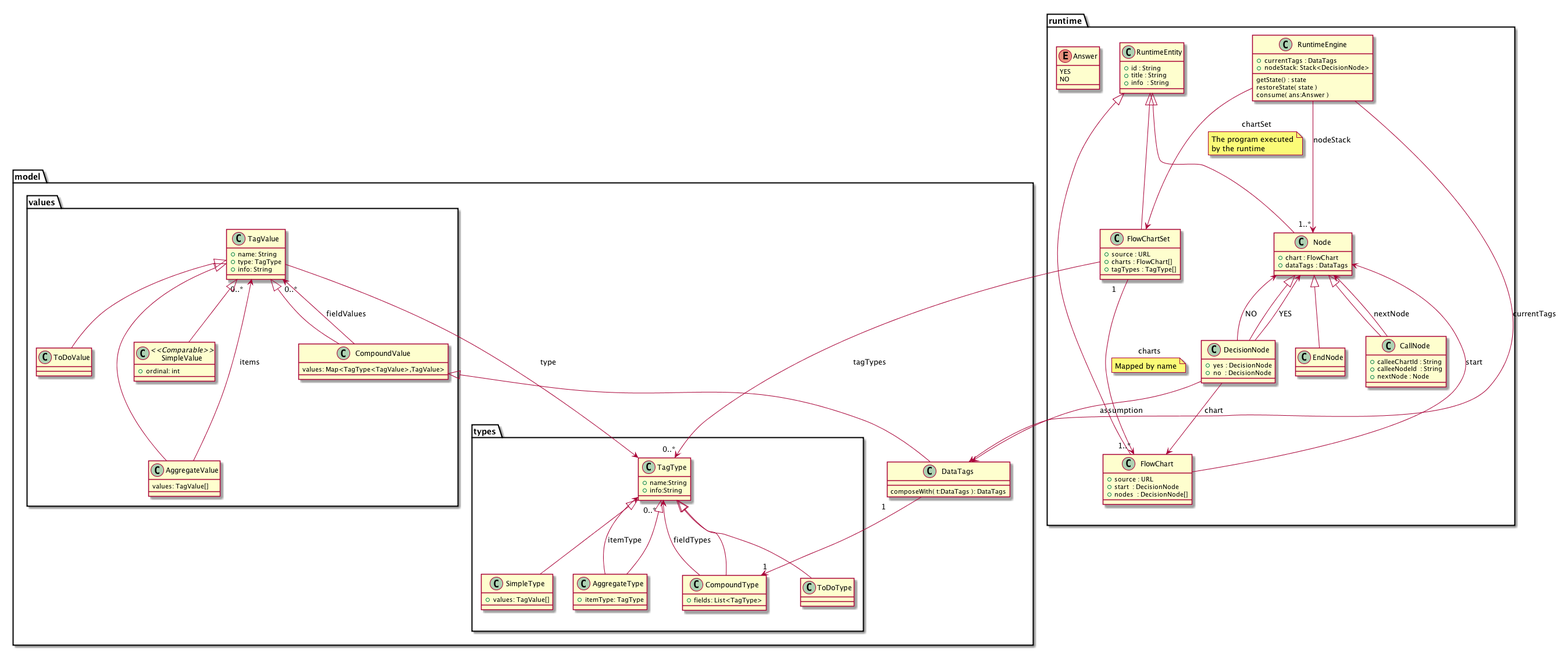
Earlier version of the PlantUML export DataTagsLib/DOCS/classes.png (IQSS/DataTaggingLibrary).
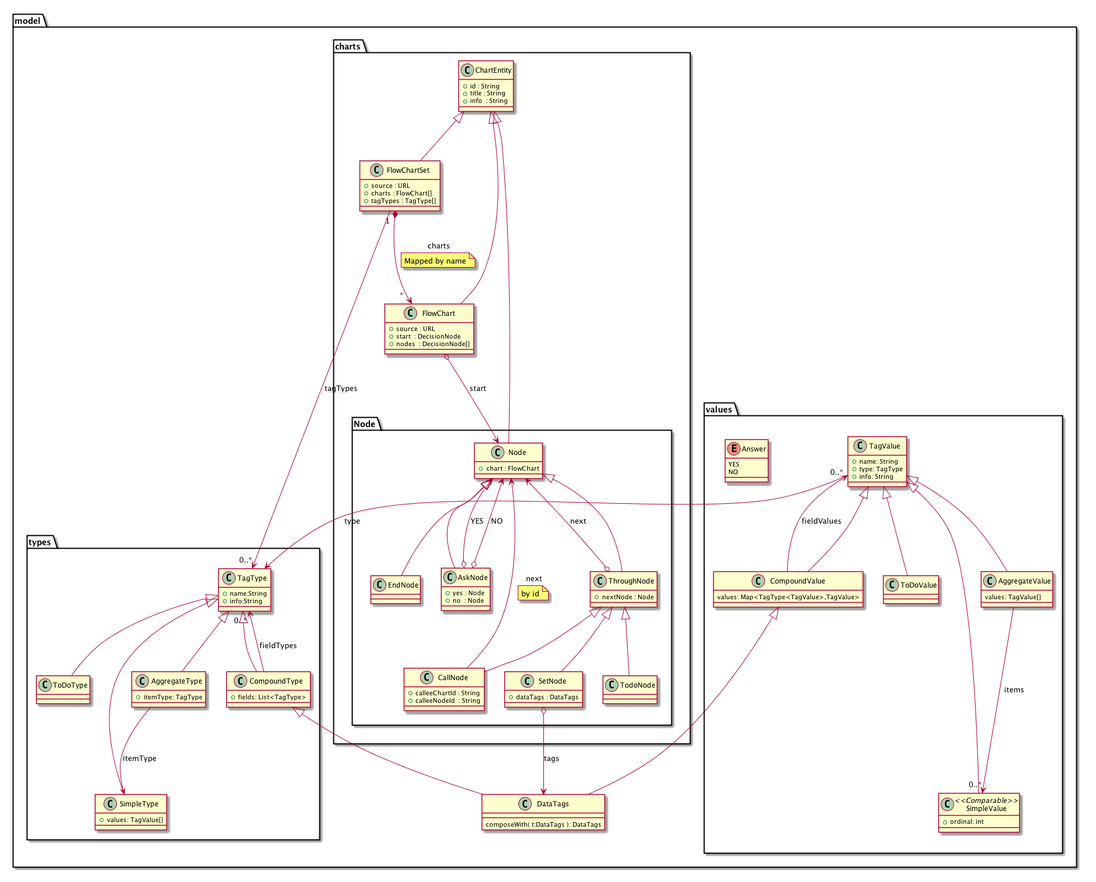
After the commit.

Diff of the diagram source:
```diff
@@ -49,74 +49,72 @@
 		class CompoundValue {
 			values: Map<TagType<TagValue>,TagValue>
 		}
+
+		enum Answer {
+			YES
+			NO
+		}
+	}
+
+	package charts {
+
+		class ChartEntity {
+			+ id : String
+			+ title : String
+			+ info  : String
+		}
+
+		class FlowChartSet {
+			+ source : URL
+			+ charts : FlowChart[]
+			+ tagTypes : TagType[]
+		}
+
+		class FlowChart {
+			+ source : URL
+			+ start  : DecisionNode
+			+ nodes  : DecisionNode[]
+		}
+
+		package Node {
+			class Node {
+				+ chart : FlowChart
+			}
+
+			class AskNode {
+				+ yes : Node
+				+ no  : Node
+			}
+			class ThroughNode {
+				+ nextNode : Node
+			}
+
+			class TodoNode
+
+			class SetNode {
+				+ dataTags : DataTags
+			}
+
+			class CallNode {
+				+ calleeChartId : String
+				+ calleeNodeId  : String
+			}
+
+			class EndNode
+		}
+
 	}
 }
 
-package runtime {
-	class RuntimeEngine {
-		+ currentTags : DataTags
-		+ nodeStack: Stack<DecisionNode>
-		getState() : state
-		restoreState( state )
-		consume( ans:Answer )
-	}
-
-	class RuntimeEntity {
-		+ id : String
-		+ title : String
-		+ info  : String
-	}
-
-	class FlowChartSet {
-		+ source : URL
-		+ charts : FlowChart[]
-		+ tagTypes : TagType[]
-	}
-
-	class FlowChart {
-		+ source : URL
-		+ start  : DecisionNode
-		+ nodes  : DecisionNode[]
-	}
-
-	class Node {
-		+ chart : FlowChart
-		+ dataTags : DataTags
-	}
-
-	class DecisionNode {
-		+ yes : DecisionNode
-		+ no  : DecisionNode
-	}
-
-	class CallNode {
-		+ calleeChartId : String
-		+ calleeNodeId  : String
-		+ nextNode : Node
-	}
-
-	class EndNode
-
-	enum Answer {
-		YES
-		NO
-	}
-}
-
-RuntimeEngine --> DataTags : currentTags
-RuntimeEngine --> "1..*" Node : nodeStack
-
-RuntimeEngine --> FlowChartSet : chartSet
-note on link
-	The program executed
-	by the runtime
-end note
-RuntimeEntity <|-- Node
-RuntimeEntity <|-- FlowChart
-RuntimeEntity <|-- FlowChartSet
-Node <|-- DecisionNode
-Node <|-- CallNode
+ChartEntity <|-- Node
+ChartEntity <|-- FlowChart
+ChartEntity <|-- FlowChartSet
+Node <|-- AskNode
+Node <|-- ThroughNode
 Node <|-- EndNode
+ThroughNode <|-- CallNode
+ThroughNode <|-- TodoNode
+ThroughNode <|-- SetNode
 TagType <|-- ToDoType
 TagType <|-- SimpleType
 TagType <|-- AggregateType
@@ -129,22 +127,25 @@
 
 CompoundValue <|-- DataTags
 
-FlowChartSet "1" --> "1..*" FlowChart : charts
+FlowChartSet "1" *--> "*  " FlowChart : charts
 note on link: Mapped by name
 
-FlowChart --> Node : start
-CallNode --> Node : nextNode
+FlowChart o--> Node : start
 
-DecisionNode --> Node: YES
-DecisionNode --> Node: NO
-DecisionNode --> FlowChart : chart
-DecisionNode --> DataTags : assumption
+AskNode o--> Node: YES
+AskNode o--> Node: NO
+SetNode o--> DataTags : tags
+ThroughNode o--> Node : next
+CallNode --> Node : next
+note bottom on link
+	by id
+end note
 
-DataTags "1" --> "1" CompoundType
+CompoundType <|-- DataTags
 
-AggregateValue ---> "0..*" TagValue : items
+AggregateValue ---> "0..*" SimpleValue : items
 
-AggregateType --> TagType : itemType
+AggregateType --> SimpleType : itemType
 
 CompoundType --> "0..*" TagType : fieldTypes
 
```
